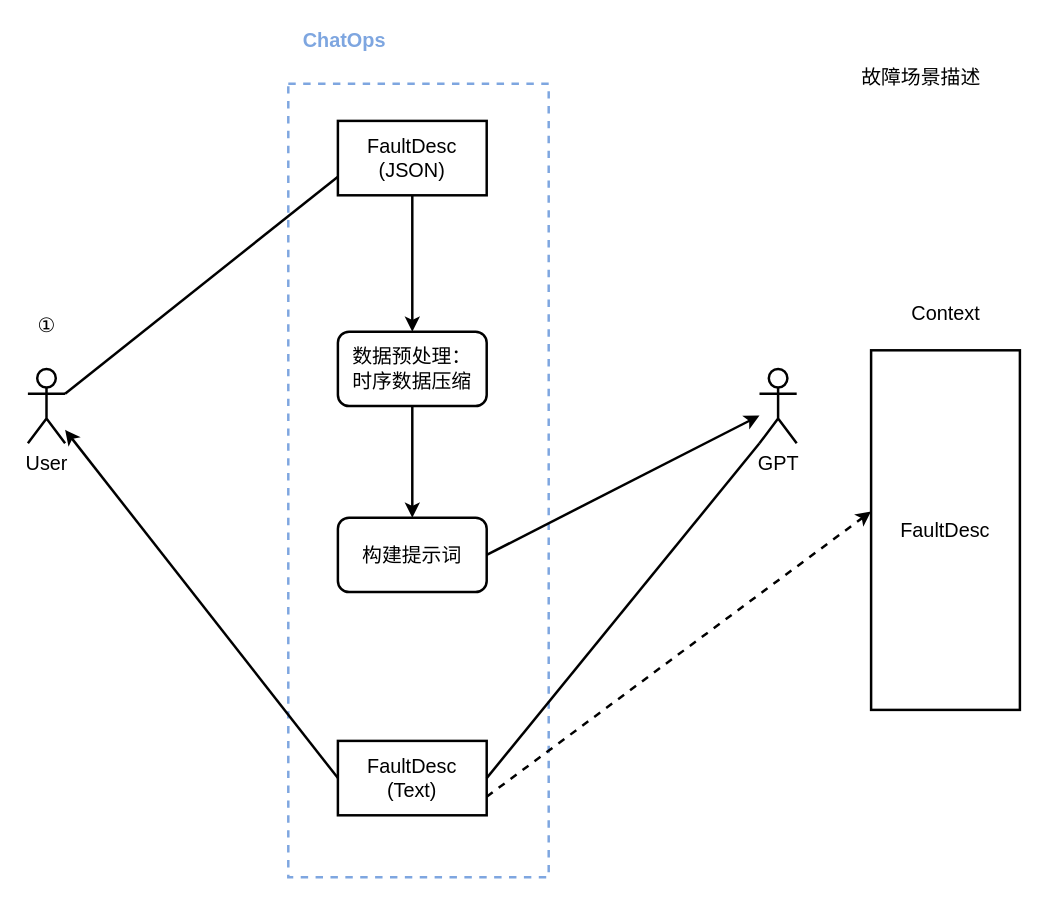
Above: page "D1" (4 of 7) of docs/chatops.drawio in StLeoX/chatops (draw.io), before the change. Source tidied: cells renumbered, new cells numbered last; positions are measured from the earlier drawing's top-left corner, leaving out a move shared by most shapes. Both pictures are drawn from the tidied source at 124%, with x=0, y=0 at pixel (21, 21).
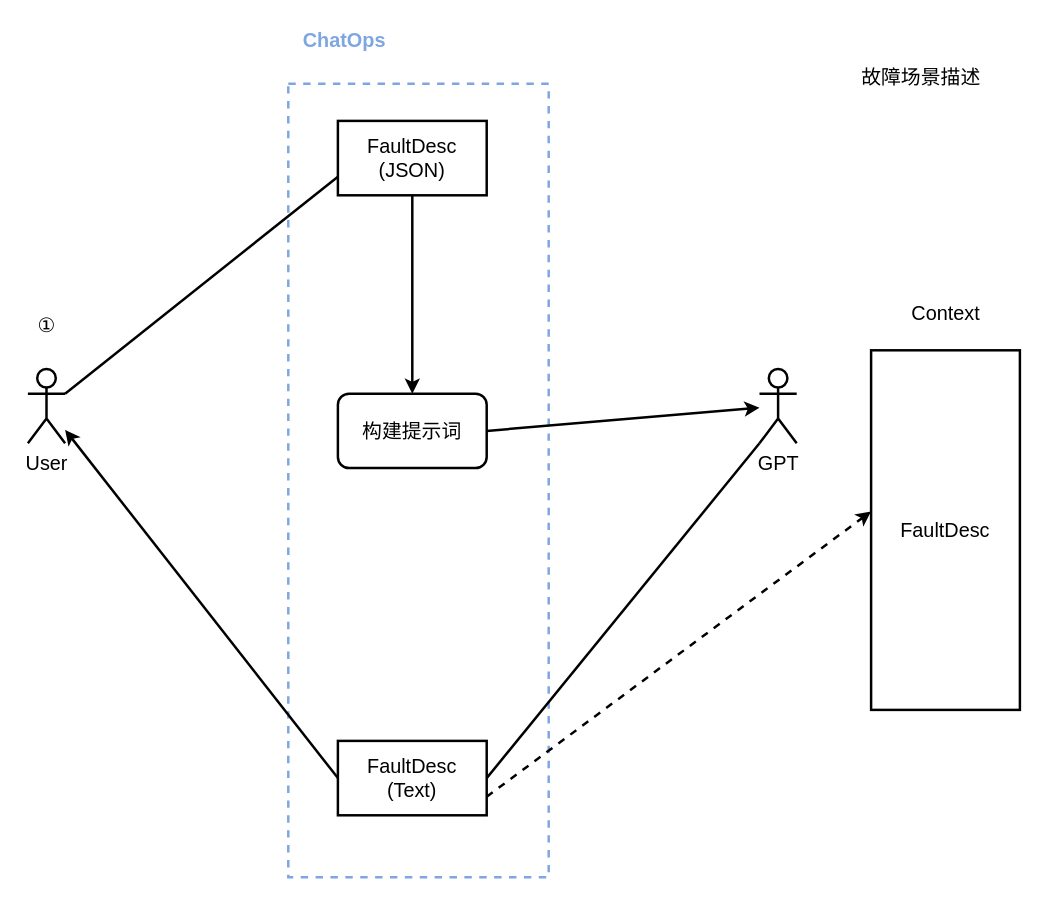
Above is the later version.

The change refers to these unchanged cells:
```xml
<mxCell id="9" value="GPT" style="shape=umlActor;verticalLabelPosition=bottom;verticalAlign=top;html=1;outlineConnect=0;fontSize=16;strokeWidth=2;" parent="1" vertex="1">
  <mxGeometry x="595" y="280" width="30" height="60" as="geometry" />
</mxCell>
<mxCell id="11" value="FaultDesc (JSON)" style="rounded=0;whiteSpace=wrap;html=1;fontSize=16;strokeWidth=2;" parent="1" vertex="1">
  <mxGeometry x="255" y="80" width="120" height="60" as="geometry" />
</mxCell>
```

The edit, as a diff of the source:
```diff
@@
-    <mxCell id="10" style="rounded=0;jettySize=auto;html=1;exitX=0.5;exitY=1;exitDx=0;exitDy=0;fontFamily=Helvetica;fontSize=16;fontColor=default;strokeWidth=2;" parent="1" edge="1" source="11" target="17">
-      <mxGeometry relative="1" as="geometry" />
-    </mxCell>
@@
-    <mxCell id="12" style="rounded=0;jettySize=auto;html=1;fontSize=16;strokeWidth=2;" parent="1" edge="1" target="9">
-      <mxGeometry relative="1" as="geometry">
-        <mxPoint x="375" y="430" as="sourcePoint" />
-      </mxGeometry>
+    <mxCell id="12" style="rounded=0;jettySize=auto;html=1;fontSize=16;strokeWidth=2;exitX=1;exitY=0.5;exitDx=0;exitDy=0;" parent="1" edge="1" source="18" target="9">
+      <mxGeometry relative="1" as="geometry" />
     </mxCell>
@@
-    <mxCell id="16" style="edgeStyle=orthogonalEdgeStyle;rounded=0;jettySize=auto;html=1;exitX=0.5;exitY=1;exitDx=0;exitDy=0;entryX=0.5;entryY=0;entryDx=0;entryDy=0;fontFamily=Helvetica;fontSize=16;fontColor=default;strokeWidth=2;" parent="1" edge="1" source="17" target="18">
+    <mxCell id="16" style="edgeStyle=orthogonalEdgeStyle;rounded=0;jettySize=auto;html=1;exitX=0.5;exitY=1;exitDx=0;exitDy=0;entryX=0.5;entryY=0;entryDx=0;entryDy=0;fontFamily=Helvetica;fontSize=16;fontColor=default;strokeWidth=2;" parent="1" edge="1" source="11" target="18">
       <mxGeometry relative="1" as="geometry" />
     </mxCell>
-    <mxCell id="17" value="数据预处理：&lt;br style=&quot;font-size: 16px;&quot;&gt;时序数据压缩" style="rounded=1;whiteSpace=wrap;html=1;strokeColor=default;align=center;verticalAlign=middle;fontFamily=Helvetica;fontSize=16;fontColor=default;fillColor=default;strokeWidth=2;" parent="1" vertex="1">
-      <mxGeometry x="255" y="250" width="120" height="60" as="geometry" />
-    </mxCell>
     <mxCell id="18" value="构建提示词" style="rounded=1;whiteSpace=wrap;html=1;strokeColor=default;align=center;verticalAlign=middle;fontFamily=Helvetica;fontSize=16;fontColor=default;fillColor=default;strokeWidth=2;" parent="1" vertex="1">
-      <mxGeometry x="255" y="400" width="120" height="60" as="geometry" />
+      <mxGeometry x="255" y="300" width="120" height="60" as="geometry" />
     </mxCell>
```
